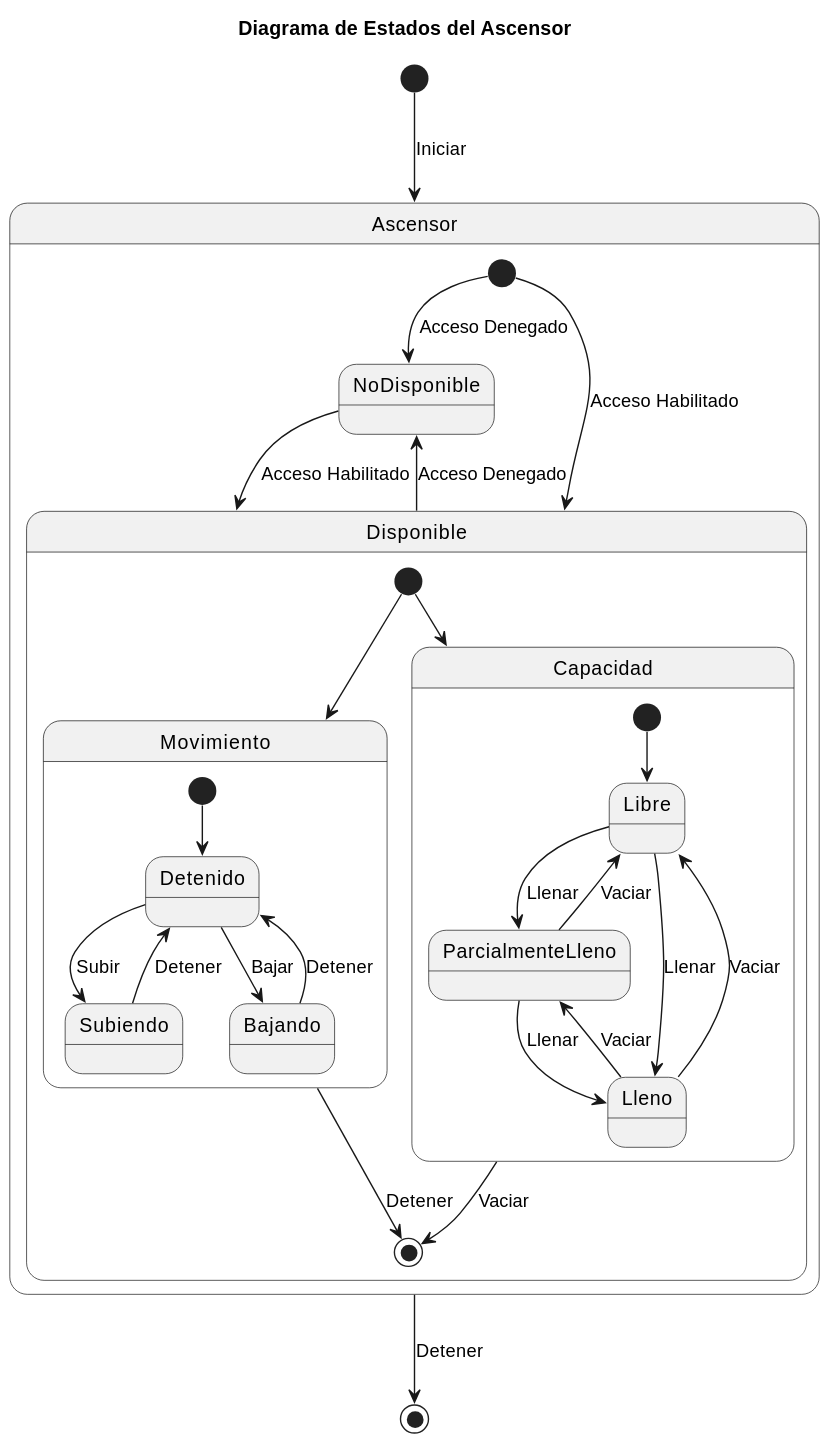
This is docs/Modelo_de_Dominio/Diagramas_de_Estados/Ascensor/Diagrama_de_Estados.svg from mmasias/23-24-IdSw2-SDD, a PlantUML export, as it was before one commit.
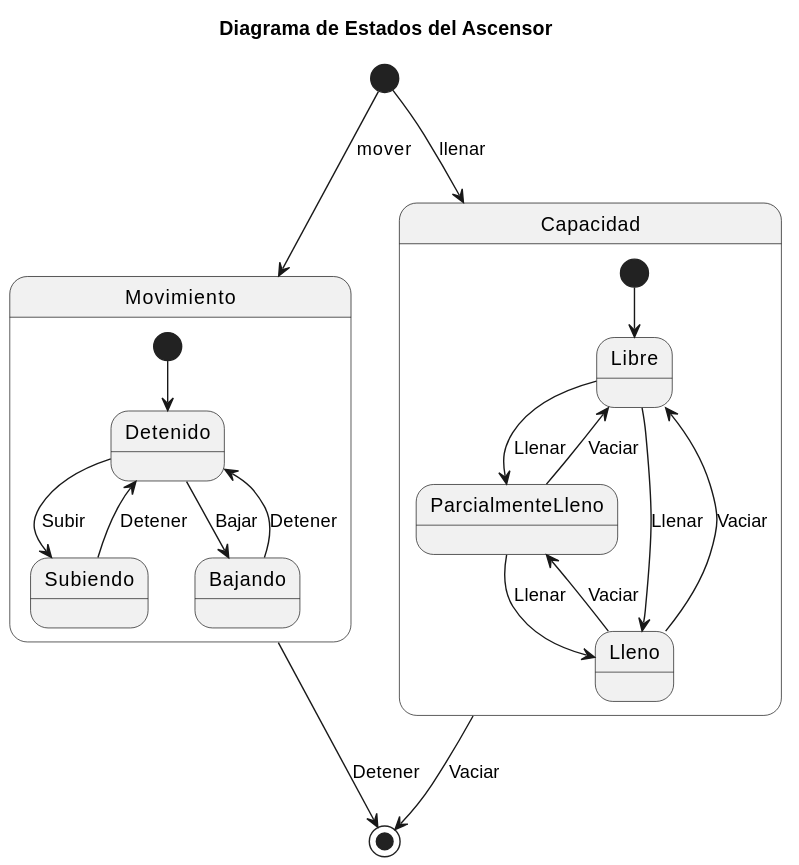
The same file after the commit.

What changed in the source:
```diff
@@ -1,5 +1,4 @@
-@startuml Diagrama_de_Estados
-
+@startuml
 title Diagrama de Estados del Ascensor
 
 skinparam {
@@ -8,42 +7,27 @@
 
 hide empty members
 
-[*] --> Ascensor : Iniciar
-Ascensor --> [*] : Detener
 
-state Ascensor {
+    [*] --> Movimiento : mover
+    [*] --> Capacidad : llenar
+    Movimiento --> [*] : Detener
+    Capacidad --> [*] : Vaciar
 
-    [*] --> Disponible : Acceso Habilitado
-    [*] --> NoDisponible : Acceso Denegado
-    Disponible --> NoDisponible : Acceso Denegado
-    NoDisponible --> Disponible : Acceso Habilitado
+    state Movimiento {
+        [*] --> Detenido
+        Detenido --> Subiendo : Subir
+        Detenido --> Bajando : Bajar
+        Subiendo --> Detenido : Detener
+        Bajando --> Detenido : Detener
+    }
 
-    state Disponible {
-        [*] --> Movimiento
-        [*] --> Capacidad
-        Movimiento --> [*] : Detener
-        Capacidad --> [*] : Vaciar
-
-        state Movimiento {
-            [*] --> Detenido
-            Detenido --> Subiendo : Subir
-            Detenido --> Bajando : Bajar
-            Subiendo --> Detenido : Detener
-            Bajando --> Detenido : Detener
-        }
-
-        state Capacidad {
-            [*] --> Libre
-            Libre --> ParcialmenteLleno : Llenar
-            Libre --> Lleno : Llenar
-            ParcialmenteLleno --> Lleno : Llenar
-            Lleno --> Libre : Vaciar
-            Lleno --> ParcialmenteLleno : Vaciar
-            ParcialmenteLleno --> Libre : Vaciar
-        }
+    state Capacidad {
+        [*] --> Libre
+        Libre --> ParcialmenteLleno : Llenar
+        Libre --> Lleno : Llenar
+        ParcialmenteLleno --> Lleno : Llenar
+        Lleno --> Libre : Vaciar
+        Lleno --> ParcialmenteLleno : Vaciar
+        ParcialmenteLleno --> Libre : Vaciar
     }
-}
-
-
-
 @enduml
```
